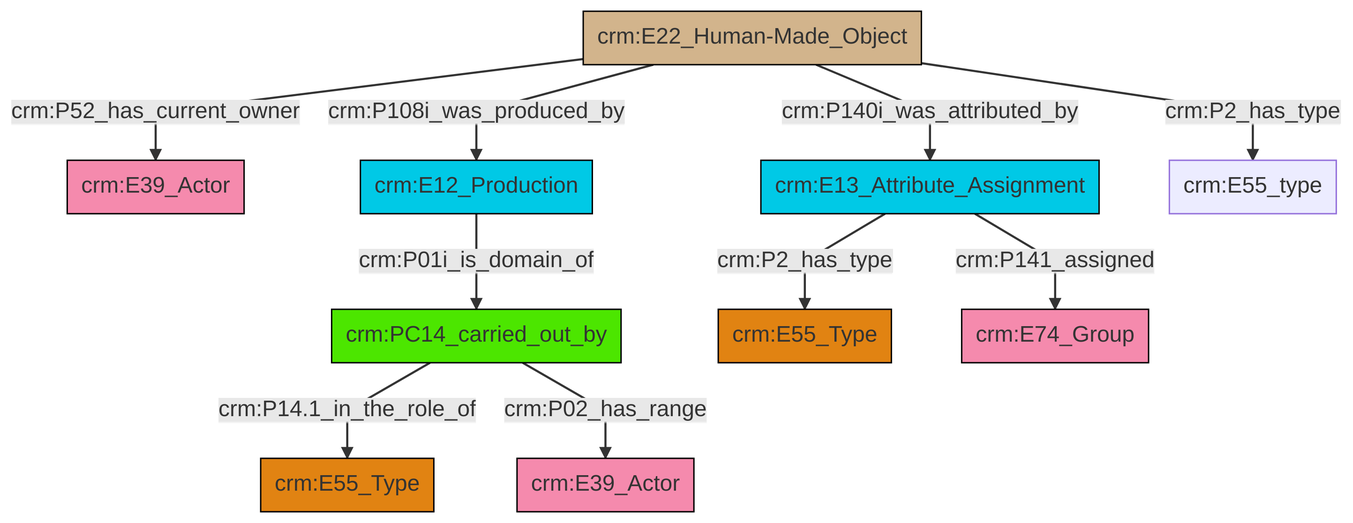
swiss-art-research-net/reference-data-models keeps this Mermaid diagram as et/builtWorkCSV/ttl/mmd/png/Built_Work_actor_relations.png. Above is the earlier version. Its source is kept beside it as et/builtWorkCSV/ttl/mmd/Built_Work_actor_relations.ttl.mmd.
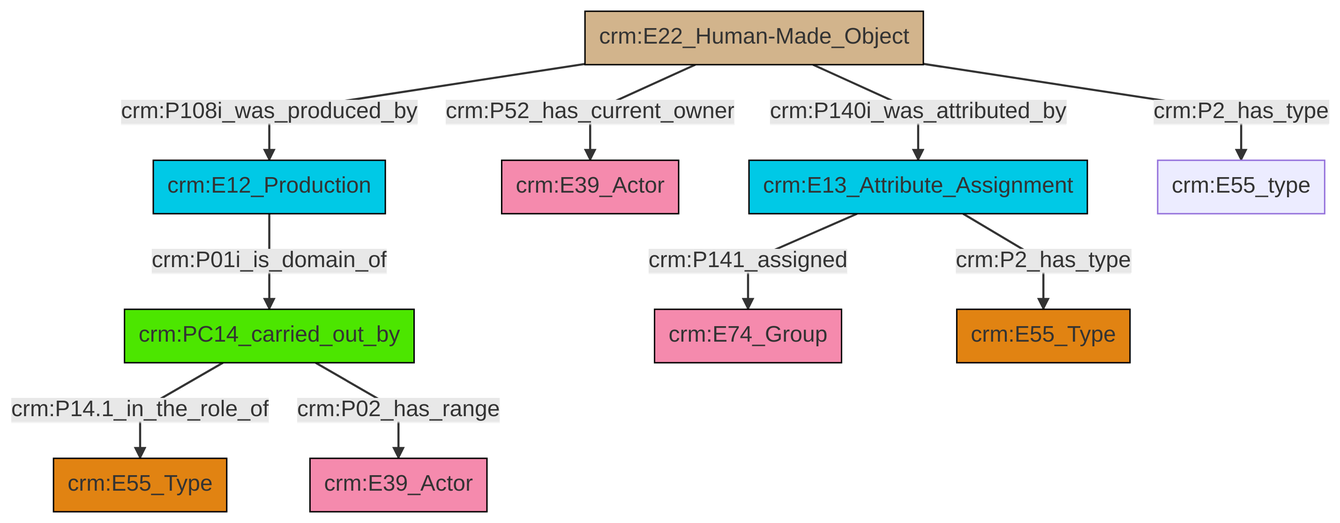
Later version of the same file.

What changed in the source:
```diff
@@ -13,12 +13,12 @@
 classDef PC_Classes fill:#4ce600, stroke:#000000;
 classDef Multi fill:#cccccc,stroke:#000000;
 
-0["crm:E22_Human-Made_Object"]:::Physical_Thing -->|crm:P52_has_current_owner| 2["crm:E39_Actor"]:::Actor
-11["crm:E12_Production"]:::Temporal_Entity -->|crm:P01i_is_domain_of| 3["crm:PC14_carried_out_by"]:::PC_Classes
-0["crm:E22_Human-Made_Object"]:::Physical_Thing -->|crm:P2_has_type| 12["crm:E55_type"]:::Default
-0["crm:E22_Human-Made_Object"]:::Physical_Thing -->|crm:P108i_was_produced_by| 11["crm:E12_Production"]:::Temporal_Entity
-5["crm:E13_Attribute_Assignment"]:::Temporal_Entity -->|crm:P141_assigned| 14["crm:E74_Group"]:::Actor
-5["crm:E13_Attribute_Assignment"]:::Temporal_Entity -->|crm:P2_has_type| 7["crm:E55_Type"]:::Type
-3["crm:PC14_carried_out_by"]:::PC_Classes -->|crm:P14.1_in_the_role_of| 9["crm:E55_Type"]:::Type
-0["crm:E22_Human-Made_Object"]:::Physical_Thing -->|crm:P140i_was_attributed_by| 5["crm:E13_Attribute_Assignment"]:::Temporal_Entity
-3["crm:PC14_carried_out_by"]:::PC_Classes -->|crm:P02_has_range| 19["crm:E39_Actor"]:::Actor
+2["crm:PC14_carried_out_by"]:::PC_Classes -->|crm:P14.1_in_the_role_of| 3["crm:E55_Type"]:::Type
+2["crm:PC14_carried_out_by"]:::PC_Classes -->|crm:P02_has_range| 8["crm:E39_Actor"]:::Actor
+9["crm:E13_Attribute_Assignment"]:::Temporal_Entity -->|crm:P141_assigned| 4["crm:E74_Group"]:::Actor
+0["crm:E22_Human-Made_Object"]:::Physical_Thing -->|crm:P140i_was_attributed_by| 9["crm:E13_Attribute_Assignment"]:::Temporal_Entity
+14["crm:E12_Production"]:::Temporal_Entity -->|crm:P01i_is_domain_of| 2["crm:PC14_carried_out_by"]:::PC_Classes
+0["crm:E22_Human-Made_Object"]:::Physical_Thing -->|crm:P2_has_type| 15["crm:E55_type"]:::Default
+9["crm:E13_Attribute_Assignment"]:::Temporal_Entity -->|crm:P2_has_type| 6["crm:E55_Type"]:::Type
+0["crm:E22_Human-Made_Object"]:::Physical_Thing -->|crm:P108i_was_produced_by| 14["crm:E12_Production"]:::Temporal_Entity
+0["crm:E22_Human-Made_Object"]:::Physical_Thing -->|crm:P52_has_current_owner| 11["crm:E39_Actor"]:::Actor
```
